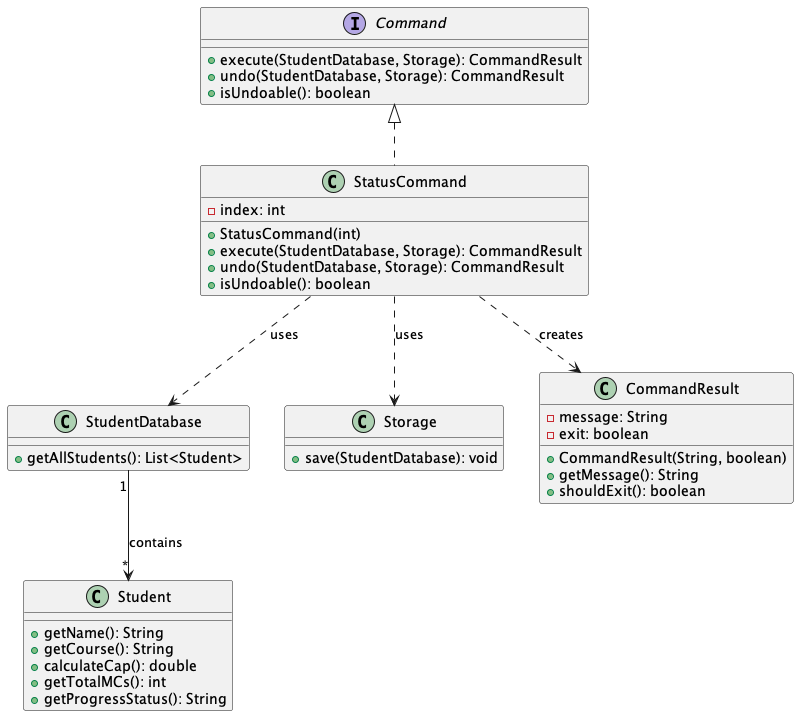
The PlantUML diagram docs/images/StatusCommandClassDiagram.png in AgaraNUS/tp, before a commit. The source it was exported from:
```plantuml
@startuml StatusCommandClassDiagram

interface Command {
    +execute(StudentDatabase, Storage): CommandResult
    +undo(StudentDatabase, Storage): CommandResult
    +isUndoable(): boolean
}

class StatusCommand {
    -index: int
    +StatusCommand(int)
    +execute(StudentDatabase, Storage): CommandResult
    +undo(StudentDatabase, Storage): CommandResult
    +isUndoable(): boolean
}

class StudentDatabase {
    +getAllStudents(): List<Student>
}

class Student {
    +getName(): String
    +getCourse(): String
    +calculateCap(): double
    +getTotalMCs(): int
    +getProgressStatus(): String
}

class Storage {
    +save(StudentDatabase): void
}

class CommandResult {
    -message: String
    -exit: boolean
    +CommandResult(String, boolean)
    +getMessage(): String
    +shouldExit(): boolean
}

Command <|.. StatusCommand
StatusCommand ..> StudentDatabase : uses
StatusCommand ..> Storage : uses
StatusCommand ..> CommandResult : creates
StudentDatabase "1" --> "*" Student : contains

@enduml
```
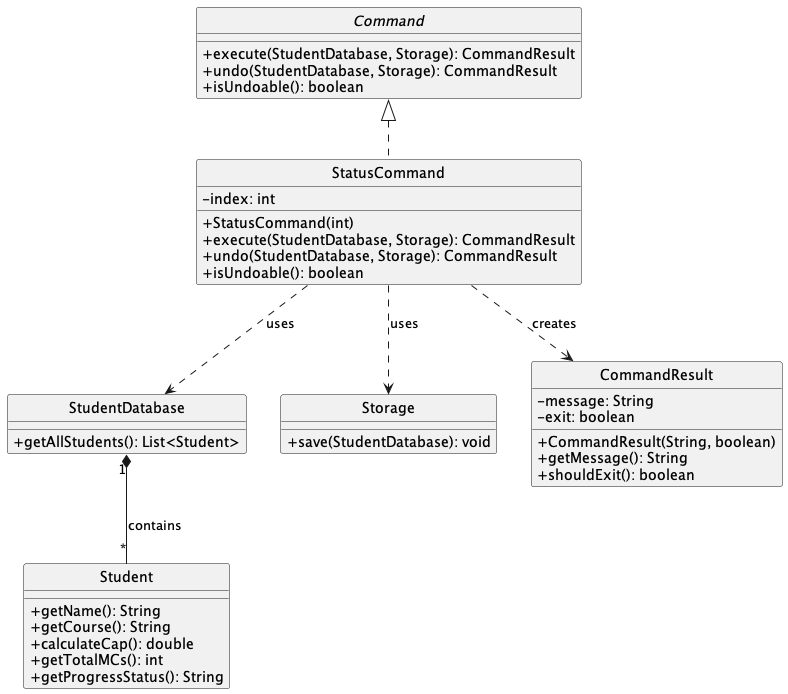
After the change.

What changed in the source:
```diff
@@ -1,4 +1,6 @@
 @startuml StatusCommandClassDiagram
+skinparam classAttributeIconSize 0
+hide circle
 
 interface Command {
     +execute(StudentDatabase, Storage): CommandResult
@@ -18,14 +20,6 @@
     +getAllStudents(): List<Student>
 }
 
-class Student {
-    +getName(): String
-    +getCourse(): String
-    +calculateCap(): double
-    +getTotalMCs(): int
-    +getProgressStatus(): String
-}
-
 class Storage {
     +save(StudentDatabase): void
 }
@@ -38,10 +32,18 @@
     +shouldExit(): boolean
 }
 
+class Student {
+    +getName(): String
+    +getCourse(): String
+    +calculateCap(): double
+    +getTotalMCs(): int
+    +getProgressStatus(): String
+}
+
 Command <|.. StatusCommand
 StatusCommand ..> StudentDatabase : uses
 StatusCommand ..> Storage : uses
 StatusCommand ..> CommandResult : creates
-StudentDatabase "1" --> "*" Student : contains
+StudentDatabase "1" *-- "*" Student : contains
 
 @enduml
```
